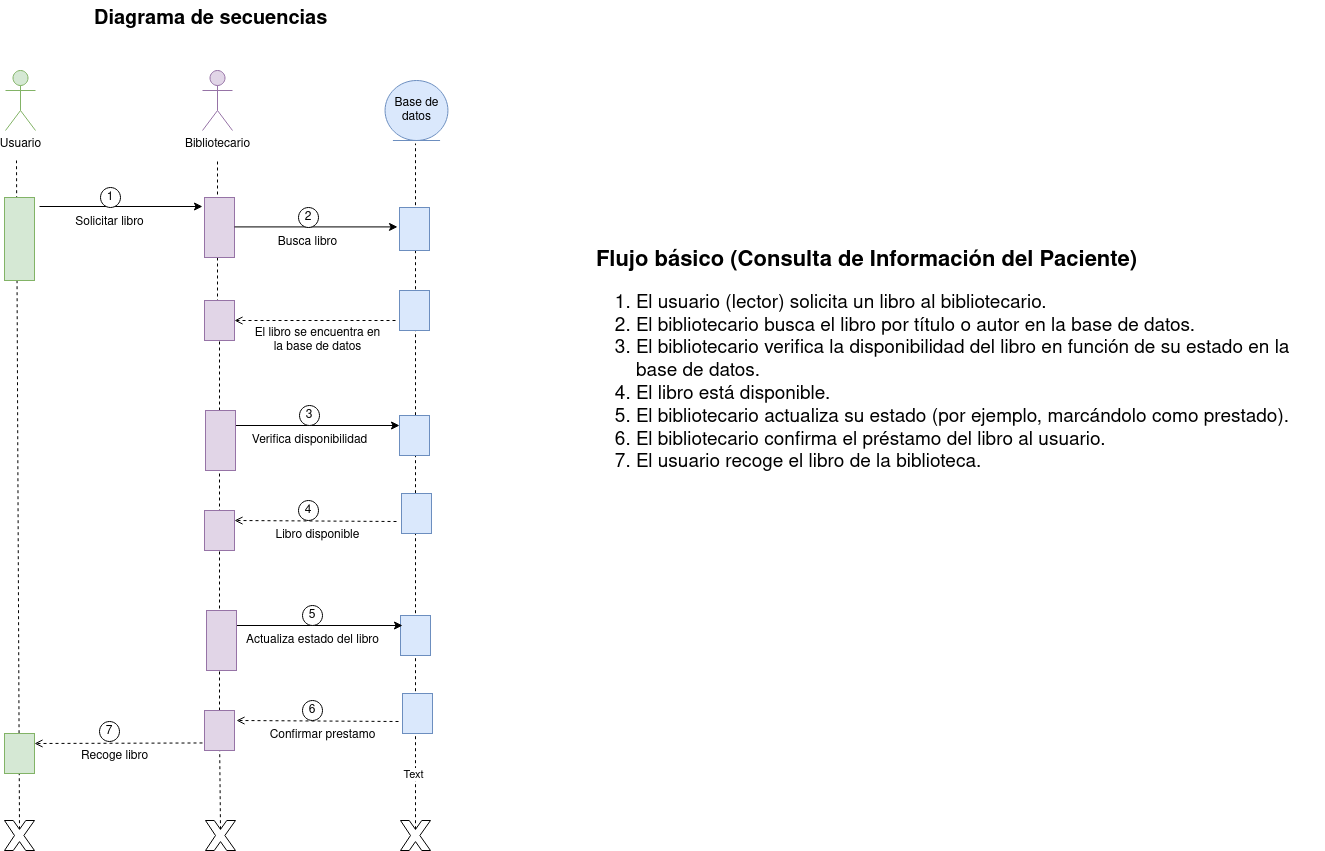
Before: diagramas/tarea2 (biblioteca)/diagrama_secuencias_gestion_biblioteca.png, a diagram exported from draw.io (Chugani05/entorno_de_desarrollo). Source tidied: cells renumbered, new cells last; positions are measured from the earlier drawing's top-left corner, leaving out a move shared by most shapes. Its diagram source:
```xml
<mxGraphModel>
  <root>
    <mxCell id="0" />
    <mxCell id="1" parent="0" />
    <mxCell id="2" style="endArrow=none;dashed=1;html=1;rounded=0;verticalAlign=bottom;" parent="1" edge="1" source="48" target="46">
      <mxGeometry relative="1" as="geometry" />
    </mxCell>
    <mxCell id="3" style="endArrow=none;dashed=1;html=1;rounded=0;verticalAlign=bottom;" parent="1" edge="1" target="45">
      <mxGeometry relative="1" as="geometry">
        <mxPoint x="215" y="530" as="sourcePoint" />
      </mxGeometry>
    </mxCell>
    <mxCell id="4" style="endArrow=none;dashed=1;html=1;rounded=0;exitX=0.5;exitY=0.29;exitDx=0;exitDy=0;exitPerimeter=0;" parent="1" edge="1" source="10">
      <mxGeometry relative="1" as="geometry">
        <mxPoint x="12" y="160" as="targetPoint" />
      </mxGeometry>
    </mxCell>
    <mxCell id="5" value="Solicitar libro" style="text;html=1;align=center;verticalAlign=middle;strokeColor=none;fillColor=none;" parent="1" vertex="1">
      <mxGeometry x="60" y="207" width="90" height="30" as="geometry" />
    </mxCell>
    <mxCell id="6" style="endArrow=classic;html=1;rounded=0;entryX=0.15;entryY=1.067;entryDx=0;entryDy=0;entryPerimeter=0;" parent="1" edge="1" target="12">
      <mxGeometry relative="1" as="geometry">
        <mxPoint x="35" y="206" as="sourcePoint" />
      </mxGeometry>
    </mxCell>
    <mxCell id="7" value="1" style="ellipse;whiteSpace=wrap;html=1;" parent="1" vertex="1">
      <mxGeometry x="96" y="187" width="20" height="20" as="geometry" />
    </mxCell>
    <mxCell id="8" style="endArrow=open;dashed=1;html=1;rounded=0;endFill=0;entryX=0.25;entryY=0;entryDx=0;entryDy=0;" parent="1" edge="1" target="46">
      <mxGeometry relative="1" as="geometry">
        <mxPoint x="392" y="521" as="sourcePoint" />
      </mxGeometry>
    </mxCell>
    <mxCell id="9" style="verticalLabelPosition=bottom;verticalAlign=top;html=1;shape=mxgraph.basic.x;" parent="1" vertex="1">
      <mxGeometry x="201" y="820" width="30" height="30" as="geometry" />
    </mxCell>
    <mxCell id="10" style="verticalLabelPosition=bottom;verticalAlign=top;html=1;shape=mxgraph.basic.x;" parent="1" vertex="1">
      <mxGeometry y="820" width="30" height="30" as="geometry" />
    </mxCell>
    <mxCell id="11" style="endArrow=none;dashed=1;html=1;rounded=0;verticalAlign=bottom;" parent="1" edge="1">
      <mxGeometry relative="1" as="geometry">
        <mxPoint x="213" y="320" as="sourcePoint" />
        <mxPoint x="213" y="160" as="targetPoint" />
      </mxGeometry>
    </mxCell>
    <mxCell id="12" style="rounded=0;whiteSpace=wrap;html=1;direction=south;verticalAlign=top;fillColor=#e1d5e7;strokeColor=#9673a6;" parent="1" vertex="1">
      <mxGeometry x="200" y="197" width="30" height="60" as="geometry" />
    </mxCell>
    <mxCell id="13" style="rounded=0;whiteSpace=wrap;html=1;direction=south;fillColor=#d5e8d4;strokeColor=#82b366;" parent="1" vertex="1">
      <mxGeometry y="197" width="30" height="83" as="geometry" />
    </mxCell>
    <mxCell id="14" style="verticalLabelPosition=bottom;verticalAlign=top;html=1;shape=mxgraph.basic.x;" parent="1" vertex="1">
      <mxGeometry x="396" y="820" width="30" height="30" as="geometry" />
    </mxCell>
    <mxCell id="15" style="endArrow=none;dashed=1;html=1;rounded=0;exitX=0.5;exitY=0.29;exitDx=0;exitDy=0;exitPerimeter=0;" parent="1" edge="1" source="14">
      <mxGeometry relative="1" as="geometry">
        <mxPoint x="411" y="143" as="targetPoint" />
      </mxGeometry>
    </mxCell>
    <mxCell id="16" value="Text" style="edgeLabel;html=1;align=center;verticalAlign=middle;" parent="15" vertex="1">
      <mxGeometry x="-0.84" y="3" relative="1" as="geometry">
        <mxPoint y="-1" as="offset" />
      </mxGeometry>
    </mxCell>
    <mxCell id="17" value="Usuario" style="shape=umlActor;verticalLabelPosition=bottom;verticalAlign=top;html=1;fillColor=#d5e8d4;strokeColor=#82b366;" parent="1" vertex="1">
      <mxGeometry x="1" y="70" width="30" height="60" as="geometry" />
    </mxCell>
    <mxCell id="18" style="rounded=0;whiteSpace=wrap;html=1;direction=south;verticalAlign=top;fillColor=#dae8fc;strokeColor=#6c8ebf;" parent="1" vertex="1">
      <mxGeometry x="395" y="207" width="30" height="43" as="geometry" />
    </mxCell>
    <mxCell id="19" style="endArrow=classic;html=1;rounded=0;entryX=0.15;entryY=1.067;entryDx=0;entryDy=0;entryPerimeter=0;" parent="1" edge="1">
      <mxGeometry relative="1" as="geometry">
        <mxPoint x="230" y="226.4" as="sourcePoint" />
        <mxPoint x="393" y="226.4" as="targetPoint" />
      </mxGeometry>
    </mxCell>
    <mxCell id="20" value="2" style="ellipse;whiteSpace=wrap;html=1;" parent="1" vertex="1">
      <mxGeometry x="294" y="207" width="20" height="20" as="geometry" />
    </mxCell>
    <mxCell id="21" value="Busca libro" style="text;html=1;align=center;verticalAlign=middle;strokeColor=none;fillColor=none;" parent="1" vertex="1">
      <mxGeometry x="263" y="227" width="80" height="30" as="geometry" />
    </mxCell>
    <mxCell id="22" style="endArrow=open;dashed=1;html=1;rounded=0;endFill=0;exitX=0.667;exitY=1;exitDx=0;exitDy=0;exitPerimeter=0;entryX=0.5;entryY=0;entryDx=0;entryDy=0;" parent="1" edge="1" target="45">
      <mxGeometry relative="1" as="geometry">
        <mxPoint x="391" y="320" as="sourcePoint" />
      </mxGeometry>
    </mxCell>
    <mxCell id="23" style="rounded=0;whiteSpace=wrap;html=1;direction=south;verticalAlign=top;fillColor=#dae8fc;strokeColor=#6c8ebf;" parent="1" vertex="1">
      <mxGeometry x="395" y="290" width="30" height="40" as="geometry" />
    </mxCell>
    <mxCell id="24" value="&lt;div&gt;El libro se encuentra en&lt;/div&gt;&lt;div&gt;la base de datos&lt;/div&gt;" style="text;html=1;align=center;verticalAlign=middle;strokeColor=none;fillColor=none;" parent="1" vertex="1">
      <mxGeometry x="238" y="320" width="150" height="40" as="geometry" />
    </mxCell>
    <mxCell id="25" value="Libro disponible" style="text;html=1;align=center;verticalAlign=middle;strokeColor=none;fillColor=none;" parent="1" vertex="1">
      <mxGeometry x="258" y="520" width="110" height="30" as="geometry" />
    </mxCell>
    <mxCell id="26" value="&lt;div style=&quot;font-size: 20px;&quot;&gt;&lt;font size=&quot;1&quot;&gt;&lt;b&gt;&lt;font style=&quot;font-size: 22px;&quot;&gt;Flujo básico (Consulta de Información del Paciente)&lt;/font&gt;&lt;/b&gt;&lt;/font&gt;&lt;/div&gt;&lt;div style=&quot;font-size: 19px;&quot;&gt;&lt;ol&gt;&lt;li&gt;El usuario (lector) solicita un libro al bibliotecario.&lt;br&gt;&lt;/li&gt;&lt;li&gt;El bibliotecario busca el libro por título o autor en la base de datos.&lt;/li&gt;&lt;li&gt;El bibliotecario verifica la disponibilidad del libro en función de su estado en la base de datos.&lt;/li&gt;&lt;li&gt;El libro está disponible. &lt;br&gt;&lt;/li&gt;&lt;li&gt;El bibliotecario actualiza su estado (por ejemplo, marcándolo como prestado).&lt;br&gt;&lt;/li&gt;&lt;li&gt;El bibliotecario confirma el préstamo del libro al usuario.&lt;/li&gt;&lt;li&gt;El usuario recoge el libro de la biblioteca.&lt;br&gt;&lt;/li&gt;&lt;/ol&gt;&lt;/div&gt;" style="text;whiteSpace=wrap;html=1;" parent="1" vertex="1">
      <mxGeometry x="590" y="240" width="730" height="293" as="geometry" />
    </mxCell>
    <mxCell id="27" value="Base de datos" style="ellipse;shape=umlEntity;whiteSpace=wrap;html=1;fillColor=#dae8fc;strokeColor=#6c8ebf;" parent="1" vertex="1">
      <mxGeometry x="380.5" y="80" width="62.9" height="60" as="geometry" />
    </mxCell>
    <mxCell id="28" style="rounded=0;whiteSpace=wrap;html=1;direction=south;verticalAlign=top;fillColor=#dae8fc;strokeColor=#6c8ebf;" parent="1" vertex="1">
      <mxGeometry x="395" y="415" width="30" height="40" as="geometry" />
    </mxCell>
    <mxCell id="29" style="endArrow=classic;html=1;rounded=0;exitX=0.25;exitY=0;exitDx=0;exitDy=0;entryX=0.15;entryY=1.067;entryDx=0;entryDy=0;entryPerimeter=0;endFill=1;startArrow=none;startFill=0;" parent="1" edge="1">
      <mxGeometry relative="1" as="geometry">
        <mxPoint x="225" y="425" as="sourcePoint" />
        <mxPoint x="395" y="425" as="targetPoint" />
      </mxGeometry>
    </mxCell>
    <mxCell id="30" value="3" style="ellipse;whiteSpace=wrap;html=1;" parent="1" vertex="1">
      <mxGeometry x="295" y="405" width="20" height="20" as="geometry" />
    </mxCell>
    <mxCell id="31" style="rounded=0;whiteSpace=wrap;html=1;direction=south;verticalAlign=top;fillColor=#e1d5e7;strokeColor=#9673a6;" parent="1" vertex="1">
      <mxGeometry x="201" y="410" width="30" height="60" as="geometry" />
    </mxCell>
    <mxCell id="32" value="Verifica disponibilidad" style="text;html=1;align=center;verticalAlign=middle;strokeColor=none;fillColor=none;" parent="1" vertex="1">
      <mxGeometry x="235" y="425" width="140" height="30" as="geometry" />
    </mxCell>
    <mxCell id="33" style="rounded=0;whiteSpace=wrap;html=1;direction=south;verticalAlign=top;fillColor=#dae8fc;strokeColor=#6c8ebf;" parent="1" vertex="1">
      <mxGeometry x="397" y="493" width="30" height="40" as="geometry" />
    </mxCell>
    <mxCell id="34" value="Confirmar prestamo" style="text;html=1;align=center;verticalAlign=middle;strokeColor=none;fillColor=none;" parent="1" vertex="1">
      <mxGeometry x="253" y="720" width="130" height="30" as="geometry" />
    </mxCell>
    <mxCell id="35" style="rounded=0;whiteSpace=wrap;html=1;direction=south;verticalAlign=top;fillColor=#dae8fc;strokeColor=#6c8ebf;" parent="1" vertex="1">
      <mxGeometry x="396" y="615" width="30" height="40" as="geometry" />
    </mxCell>
    <mxCell id="36" style="endArrow=classic;html=1;rounded=0;exitX=0.25;exitY=0;exitDx=0;exitDy=0;entryX=0.15;entryY=1.067;entryDx=0;entryDy=0;entryPerimeter=0;endFill=1;startArrow=none;startFill=0;" parent="1" edge="1">
      <mxGeometry relative="1" as="geometry">
        <mxPoint x="228" y="625" as="sourcePoint" />
        <mxPoint x="398" y="625" as="targetPoint" />
      </mxGeometry>
    </mxCell>
    <mxCell id="37" value="5" style="ellipse;whiteSpace=wrap;html=1;" parent="1" vertex="1">
      <mxGeometry x="298" y="605" width="20" height="20" as="geometry" />
    </mxCell>
    <mxCell id="38" style="rounded=0;whiteSpace=wrap;html=1;direction=south;verticalAlign=top;fillColor=#e1d5e7;strokeColor=#9673a6;" parent="1" vertex="1">
      <mxGeometry x="202" y="610" width="30" height="60" as="geometry" />
    </mxCell>
    <mxCell id="39" value="Actualiza estado del libro" style="text;html=1;align=center;verticalAlign=middle;strokeColor=none;fillColor=none;" parent="1" vertex="1">
      <mxGeometry x="228" y="625" width="160" height="30" as="geometry" />
    </mxCell>
    <mxCell id="40" style="rounded=0;whiteSpace=wrap;html=1;direction=south;verticalAlign=top;fillColor=#dae8fc;strokeColor=#6c8ebf;" parent="1" vertex="1">
      <mxGeometry x="398" y="693" width="30" height="40" as="geometry" />
    </mxCell>
    <mxCell id="41" style="rounded=0;whiteSpace=wrap;html=1;direction=south;verticalAlign=top;fillColor=#d5e8d4;strokeColor=#82b366;" parent="1" vertex="1">
      <mxGeometry y="733" width="30" height="40" as="geometry" />
    </mxCell>
    <mxCell id="42" style="endArrow=open;dashed=1;html=1;rounded=0;endFill=0;entryX=0.25;entryY=0;entryDx=0;entryDy=0;" parent="1" edge="1" target="41">
      <mxGeometry relative="1" as="geometry">
        <mxPoint x="198" y="742.5" as="sourcePoint" />
      </mxGeometry>
    </mxCell>
    <mxCell id="43" value="Recoge libro" style="text;html=1;align=center;verticalAlign=middle;strokeColor=none;fillColor=none;" parent="1" vertex="1">
      <mxGeometry x="65" y="741" width="90" height="30" as="geometry" />
    </mxCell>
    <mxCell id="44" value="&lt;b&gt;&lt;font style=&quot;font-size: 20px;&quot;&gt;Diagrama de secuencias&lt;/font&gt;&lt;/b&gt;" style="text;whiteSpace=wrap;html=1;" parent="1" vertex="1">
      <mxGeometry x="88" width="270" height="50" as="geometry" />
    </mxCell>
    <mxCell id="45" style="rounded=0;whiteSpace=wrap;html=1;direction=south;verticalAlign=top;fillColor=#e1d5e7;strokeColor=#9673a6;" parent="1" vertex="1">
      <mxGeometry x="200" y="300" width="30" height="40" as="geometry" />
    </mxCell>
    <mxCell id="46" style="rounded=0;whiteSpace=wrap;html=1;direction=south;verticalAlign=top;fillColor=#e1d5e7;strokeColor=#9673a6;" parent="1" vertex="1">
      <mxGeometry x="200" y="510" width="30" height="40" as="geometry" />
    </mxCell>
    <mxCell id="47" style="endArrow=none;dashed=1;html=1;rounded=0;verticalAlign=bottom;exitX=0.5;exitY=0.29;exitDx=0;exitDy=0;exitPerimeter=0;" parent="1" edge="1" source="9" target="48">
      <mxGeometry relative="1" as="geometry" />
    </mxCell>
    <mxCell id="48" style="rounded=0;whiteSpace=wrap;html=1;direction=south;verticalAlign=top;fillColor=#e1d5e7;strokeColor=#9673a6;" parent="1" vertex="1">
      <mxGeometry x="200" y="710" width="30" height="40" as="geometry" />
    </mxCell>
    <mxCell id="49" style="endArrow=open;dashed=1;html=1;rounded=0;endFill=0;entryX=0.25;entryY=0;entryDx=0;entryDy=0;" parent="1" edge="1">
      <mxGeometry relative="1" as="geometry">
        <mxPoint x="394" y="721" as="sourcePoint" />
        <mxPoint x="232" y="720" as="targetPoint" />
      </mxGeometry>
    </mxCell>
    <mxCell id="50" value="4" style="ellipse;whiteSpace=wrap;html=1;" parent="1" vertex="1">
      <mxGeometry x="294" y="500" width="20" height="20" as="geometry" />
    </mxCell>
    <mxCell id="51" value="6" style="ellipse;whiteSpace=wrap;html=1;" parent="1" vertex="1">
      <mxGeometry x="298" y="700" width="20" height="20" as="geometry" />
    </mxCell>
    <mxCell id="52" value="7" style="ellipse;whiteSpace=wrap;html=1;" parent="1" vertex="1">
      <mxGeometry x="95" y="721" width="20" height="20" as="geometry" />
    </mxCell>
    <mxCell id="53" value="Bibliotecario" style="shape=umlActor;verticalLabelPosition=bottom;verticalAlign=top;html=1;fillColor=#e1d5e7;strokeColor=#9673a6;" parent="1" vertex="1">
      <mxGeometry x="198" y="70" width="30" height="60" as="geometry" />
    </mxCell>
  </root>
</mxGraphModel>
```
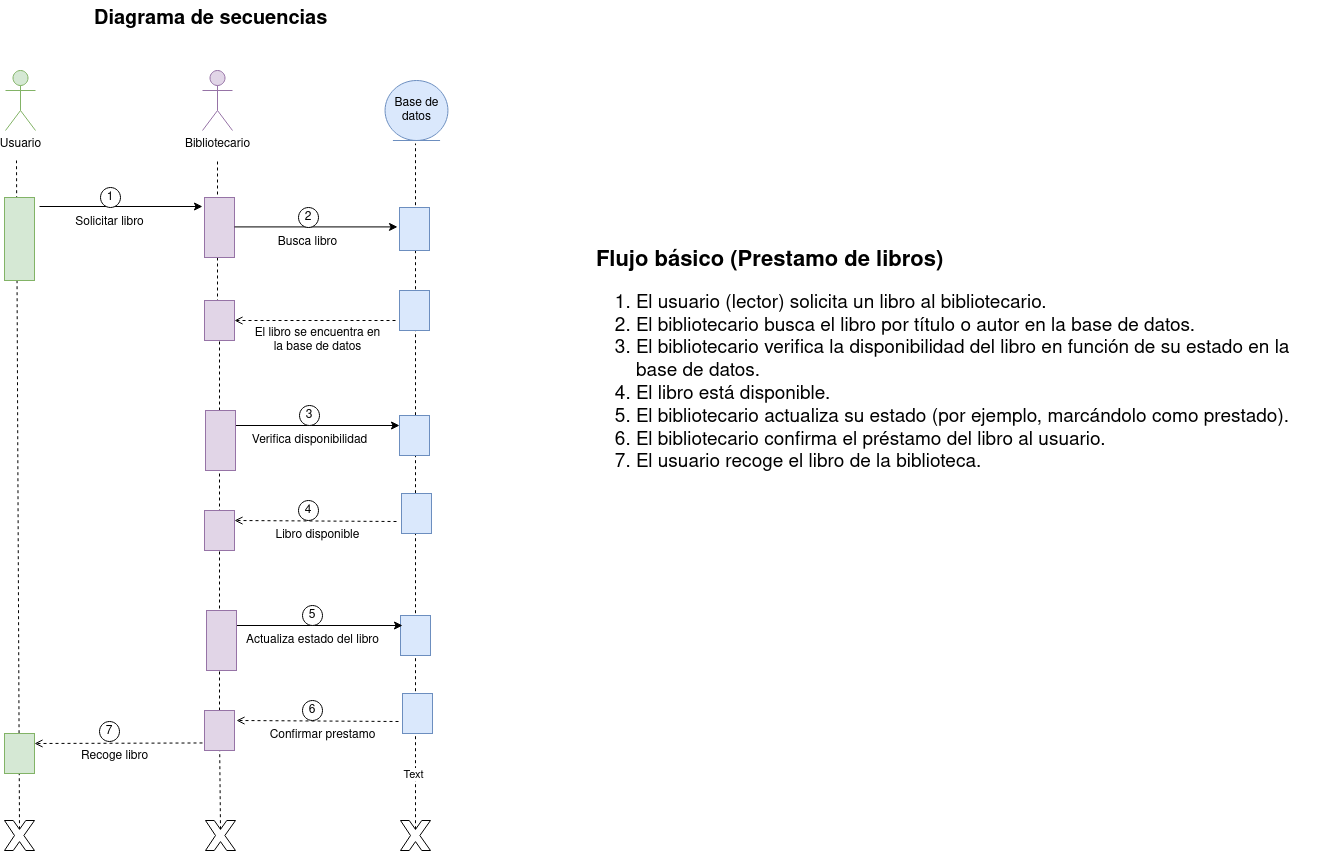
After the change.

Diff of the diagram source:
```diff
@@ -94,7 +94,7 @@
     <mxCell id="25" value="Libro disponible" style="text;html=1;align=center;verticalAlign=middle;strokeColor=none;fillColor=none;" parent="1" vertex="1">
       <mxGeometry x="258" y="520" width="110" height="30" as="geometry" />
     </mxCell>
-    <mxCell id="26" value="&lt;div style=&quot;font-size: 20px;&quot;&gt;&lt;font size=&quot;1&quot;&gt;&lt;b&gt;&lt;font style=&quot;font-size: 22px;&quot;&gt;Flujo básico (Consulta de Información del Paciente)&lt;/font&gt;&lt;/b&gt;&lt;/font&gt;&lt;/div&gt;&lt;div style=&quot;font-size: 19px;&quot;&gt;&lt;ol&gt;&lt;li&gt;El usuario (lector) solicita un libro al bibliotecario.&lt;br&gt;&lt;/li&gt;&lt;li&gt;El bibliotecario busca el libro por título o autor en la base de datos.&lt;/li&gt;&lt;li&gt;El bibliotecario verifica la disponibilidad del libro en función de su estado en la base de datos.&lt;/li&gt;&lt;li&gt;El libro está disponible. &lt;br&gt;&lt;/li&gt;&lt;li&gt;El bibliotecario actualiza su estado (por ejemplo, marcándolo como prestado).&lt;br&gt;&lt;/li&gt;&lt;li&gt;El bibliotecario confirma el préstamo del libro al usuario.&lt;/li&gt;&lt;li&gt;El usuario recoge el libro de la biblioteca.&lt;br&gt;&lt;/li&gt;&lt;/ol&gt;&lt;/div&gt;" style="text;whiteSpace=wrap;html=1;" parent="1" vertex="1">
+    <mxCell id="26" value="&lt;div style=&quot;font-size: 20px;&quot;&gt;&lt;font size=&quot;1&quot;&gt;&lt;b&gt;&lt;font style=&quot;font-size: 22px;&quot;&gt;Flujo básico (Prestamo de libros)&lt;/font&gt;&lt;/b&gt;&lt;/font&gt;&lt;/div&gt;&lt;div style=&quot;font-size: 19px;&quot;&gt;&lt;ol&gt;&lt;li&gt;El usuario (lector) solicita un libro al bibliotecario.&lt;br&gt;&lt;/li&gt;&lt;li&gt;El bibliotecario busca el libro por título o autor en la base de datos.&lt;/li&gt;&lt;li&gt;El bibliotecario verifica la disponibilidad del libro en función de su estado en la base de datos.&lt;/li&gt;&lt;li&gt;El libro está disponible. &lt;br&gt;&lt;/li&gt;&lt;li&gt;El bibliotecario actualiza su estado (por ejemplo, marcándolo como prestado).&lt;br&gt;&lt;/li&gt;&lt;li&gt;El bibliotecario confirma el préstamo del libro al usuario.&lt;/li&gt;&lt;li&gt;El usuario recoge el libro de la biblioteca.&lt;br&gt;&lt;/li&gt;&lt;/ol&gt;&lt;/div&gt;" style="text;whiteSpace=wrap;html=1;" parent="1" vertex="1">
       <mxGeometry x="590" y="240" width="730" height="293" as="geometry" />
     </mxCell>
     <mxCell id="27" value="Base de datos" style="ellipse;shape=umlEntity;whiteSpace=wrap;html=1;fillColor=#dae8fc;strokeColor=#6c8ebf;" parent="1" vertex="1">
```
